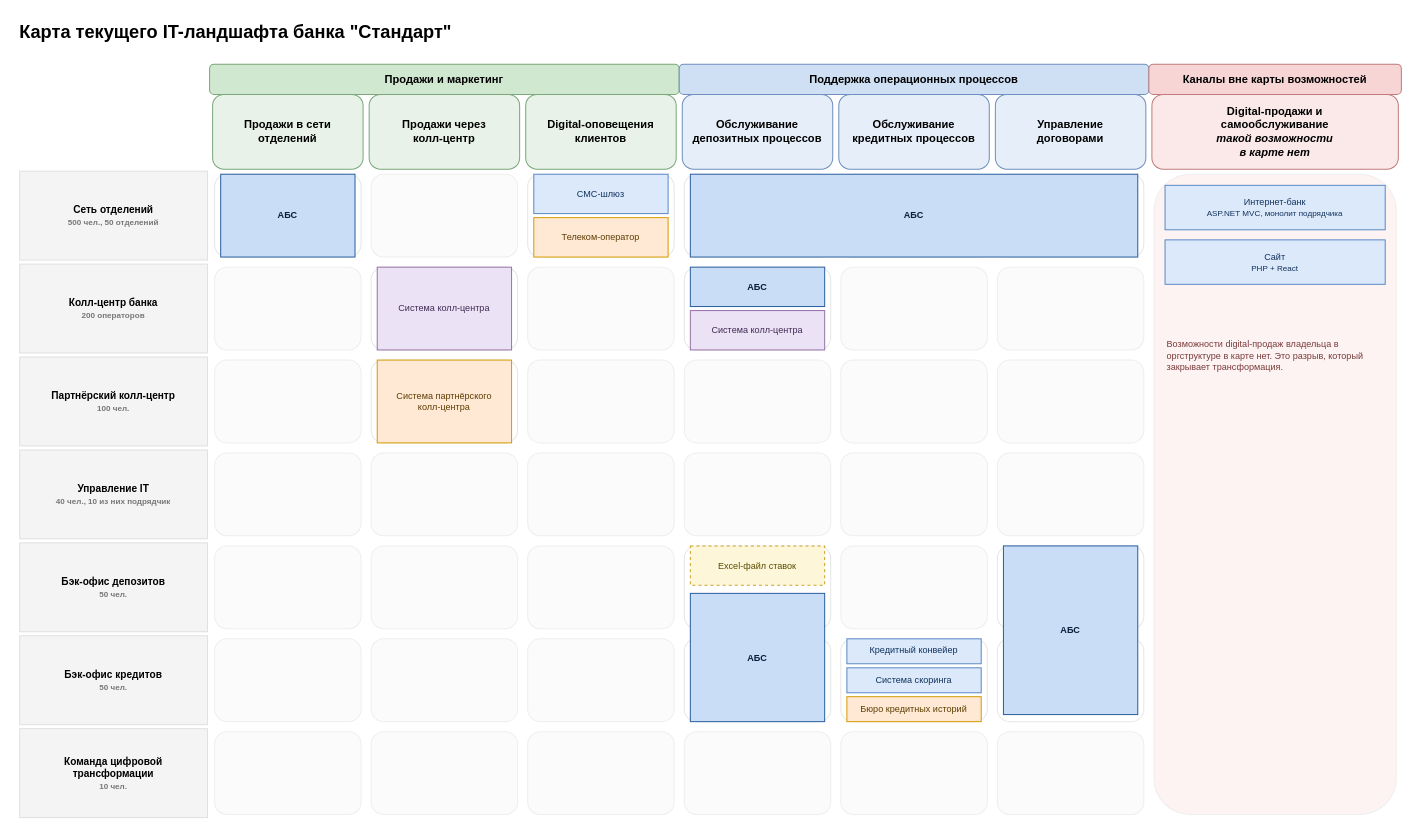
This is Task1/it-landscape.drawio from navartis/s3-architecture-pro-standart, a draw.io file, before an edit. Source tidied: cells renumbered, new cells numbered last; positions are measured from the earlier drawing's top-left corner, leaving out a move shared by most shapes. Both pictures are drawn from the tidied source at 101%, with x=0, y=0 at pixel (17, 17).
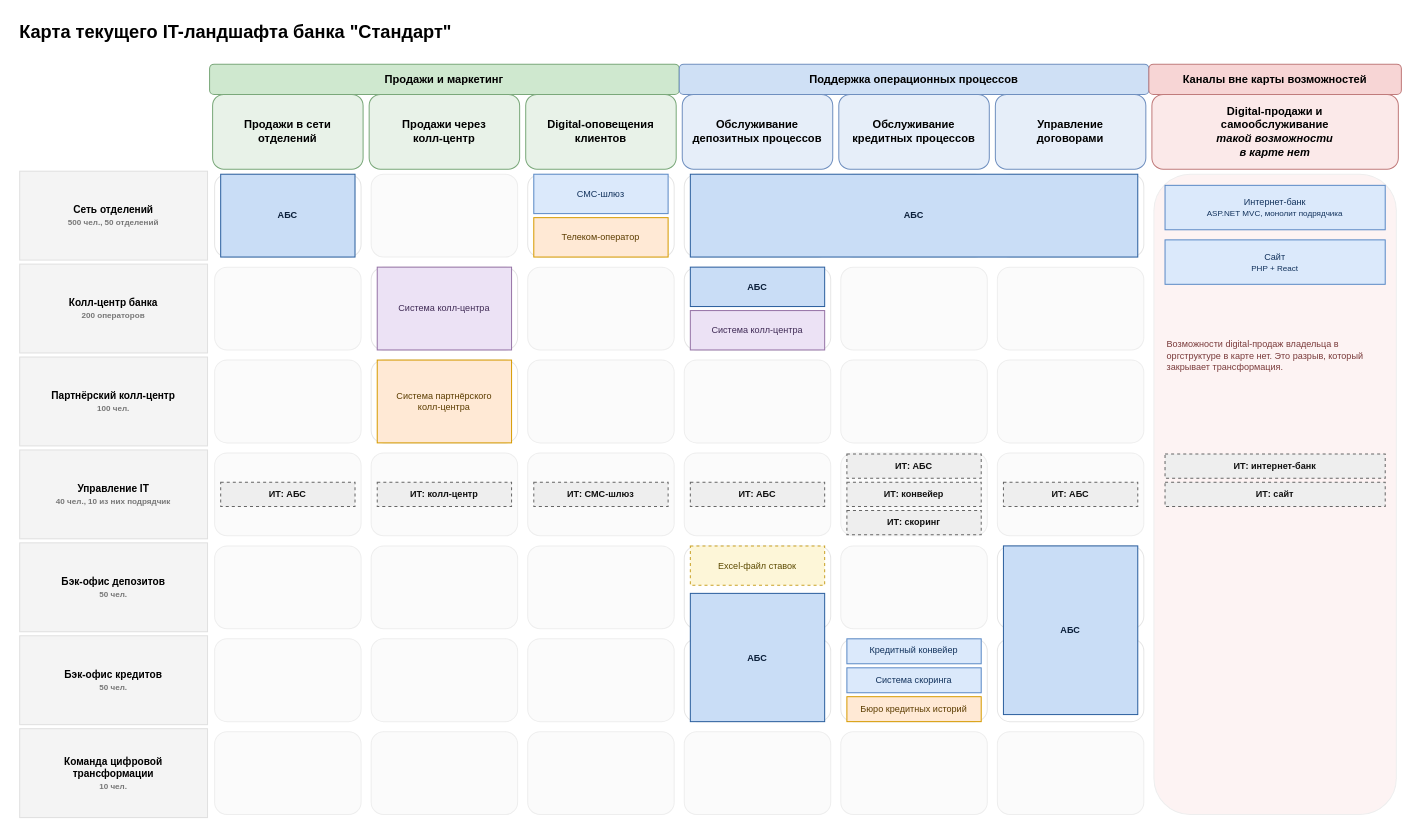
The same diagram, later.

The edit, as a diff of the source:
```diff
@@
+    <mxCell id="80" value="ИТ: АБС" style="rounded=0;whiteSpace=wrap;html=1;fontSize=9;fontStyle=1;fillColor=#eeeeee;strokeColor=#666666;fontColor=#111111;dashed=1;" parent="1" vertex="1">
+      <mxGeometry x="201" y="460" width="133" height="24" as="geometry" />
+    </mxCell>
+    <mxCell id="81" value="ИТ: колл-центр" style="rounded=0;whiteSpace=wrap;html=1;fontSize=9;fontStyle=1;fillColor=#eeeeee;strokeColor=#666666;fontColor=#111111;dashed=1;" parent="1" vertex="1">
+      <mxGeometry x="356" y="460" width="133" height="24" as="geometry" />
+    </mxCell>
+    <mxCell id="82" value="ИТ: СМС-шлюз" style="rounded=0;whiteSpace=wrap;html=1;fontSize=9;fontStyle=1;fillColor=#eeeeee;strokeColor=#666666;fontColor=#111111;dashed=1;" parent="1" vertex="1">
+      <mxGeometry x="511" y="460" width="133" height="24" as="geometry" />
+    </mxCell>
+    <mxCell id="83" value="ИТ: АБС" style="rounded=0;whiteSpace=wrap;html=1;fontSize=9;fontStyle=1;fillColor=#eeeeee;strokeColor=#666666;fontColor=#111111;dashed=1;" parent="1" vertex="1">
+      <mxGeometry x="666" y="460" width="133" height="24" as="geometry" />
+    </mxCell>
+    <mxCell id="84" value="ИТ: АБС" style="rounded=0;whiteSpace=wrap;html=1;fontSize=9;fontStyle=1;fillColor=#eeeeee;strokeColor=#666666;fontColor=#111111;dashed=1;" parent="1" vertex="1">
+      <mxGeometry x="821" y="432" width="133" height="24" as="geometry" />
+    </mxCell>
+    <mxCell id="85" value="ИТ: конвейер" style="rounded=0;whiteSpace=wrap;html=1;fontSize=9;fontStyle=1;fillColor=#eeeeee;strokeColor=#666666;fontColor=#111111;dashed=1;" parent="1" vertex="1">
+      <mxGeometry x="821" y="460" width="133" height="24" as="geometry" />
+    </mxCell>
+    <mxCell id="86" value="ИТ: скоринг" style="rounded=0;whiteSpace=wrap;html=1;fontSize=9;fontStyle=1;fillColor=#eeeeee;strokeColor=#666666;fontColor=#111111;dashed=1;" parent="1" vertex="1">
+      <mxGeometry x="821" y="488" width="133" height="24" as="geometry" />
+    </mxCell>
+    <mxCell id="87" value="ИТ: АБС" style="rounded=0;whiteSpace=wrap;html=1;fontSize=9;fontStyle=1;fillColor=#eeeeee;strokeColor=#666666;fontColor=#111111;dashed=1;" parent="1" vertex="1">
+      <mxGeometry x="976" y="460" width="133" height="24" as="geometry" />
+    </mxCell>
+    <mxCell id="88" value="ИТ: интернет-банк" style="rounded=0;whiteSpace=wrap;html=1;fontSize=9;fontStyle=1;fillColor=#eeeeee;strokeColor=#666666;fontColor=#111111;dashed=1;" parent="1" vertex="1">
+      <mxGeometry x="1136" y="432" width="218" height="24" as="geometry" />
+    </mxCell>
+    <mxCell id="89" value="ИТ: сайт" style="rounded=0;whiteSpace=wrap;html=1;fontSize=9;fontStyle=1;fillColor=#eeeeee;strokeColor=#666666;fontColor=#111111;dashed=1;" parent="1" vertex="1">
+      <mxGeometry x="1136" y="460" width="218" height="24" as="geometry" />
+    </mxCell>
```
